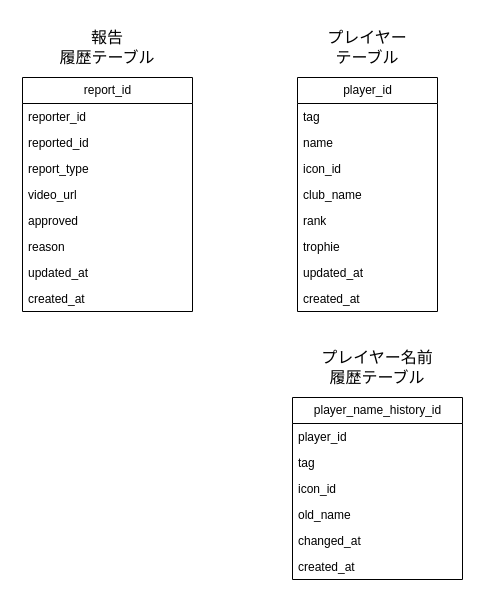
The draw.io diagram SafeBrawl.drawio in neco3coffee/exit_cheat_bs, before the edit. Source tidied: cells renumbered, new cells numbered last; positions are measured from the earlier drawing's top-left corner, leaving out a move shared by most shapes. Both pictures are drawn from the tidied source at 100%, with x=0, y=0 at pixel (17, 17).
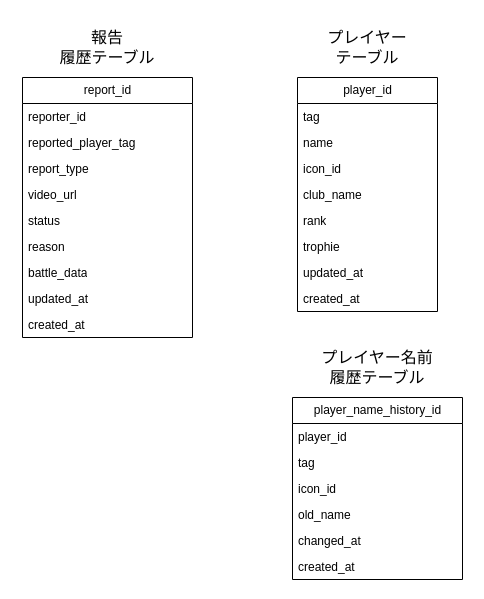
After the change.

Commit message:
SafeBrawl.drawio を更新します

Change to the diagram source:
```diff
@@
     <mxCell id="21" value="report_id" style="swimlane;fontStyle=0;horizontal=1;startSize=26;fillColor=none;html=1;" parent="1" vertex="1">
-      <mxGeometry x="5" y="60" width="170" height="234" as="geometry" />
+      <mxGeometry x="5" y="60" width="170" height="260" as="geometry" />
     </mxCell>
@@
-    <mxCell id="23" value="reported_id" style="text;strokeColor=none;fillColor=none;align=left;verticalAlign=top;spacingLeft=4;spacingRight=4;overflow=hidden;whiteSpace=wrap;html=1;" parent="21" vertex="1">
+    <mxCell id="23" value="reported_player_tag" style="text;strokeColor=none;fillColor=none;align=left;verticalAlign=top;spacingLeft=4;spacingRight=4;overflow=hidden;whiteSpace=wrap;html=1;" parent="21" vertex="1">
       <mxGeometry y="52" width="170" height="26" as="geometry" />
     </mxCell>
@@
-    <mxCell id="26" value="approved" style="text;strokeColor=none;fillColor=none;align=left;verticalAlign=top;spacingLeft=4;spacingRight=4;overflow=hidden;whiteSpace=wrap;html=1;" parent="21" vertex="1">
+    <mxCell id="26" value="status" style="text;strokeColor=none;fillColor=none;align=left;verticalAlign=top;spacingLeft=4;spacingRight=4;overflow=hidden;whiteSpace=wrap;html=1;" parent="21" vertex="1">
       <mxGeometry y="130" width="170" height="26" as="geometry" />
     </mxCell>
@@
+    <mxCell id="30" value="battle_data" style="text;strokeColor=none;fillColor=none;align=left;verticalAlign=top;spacingLeft=4;spacingRight=4;overflow=hidden;whiteSpace=wrap;html=1;" parent="21" vertex="1">
+      <mxGeometry y="182" width="170" height="26" as="geometry" />
+    </mxCell>
     <mxCell id="28" value="updated_at" style="text;strokeColor=none;fillColor=none;align=left;verticalAlign=top;spacingLeft=4;spacingRight=4;overflow=hidden;whiteSpace=wrap;html=1;" parent="21" vertex="1">
-      <mxGeometry y="182" width="170" height="26" as="geometry" />
+      <mxGeometry y="208" width="170" height="26" as="geometry" />
     </mxCell>
     <mxCell id="29" value="created_at" style="text;strokeColor=none;fillColor=none;align=left;verticalAlign=top;spacingLeft=4;spacingRight=4;overflow=hidden;whiteSpace=wrap;html=1;" parent="21" vertex="1">
-      <mxGeometry y="208" width="170" height="26" as="geometry" />
+      <mxGeometry y="234" width="170" height="26" as="geometry" />
     </mxCell>
```
